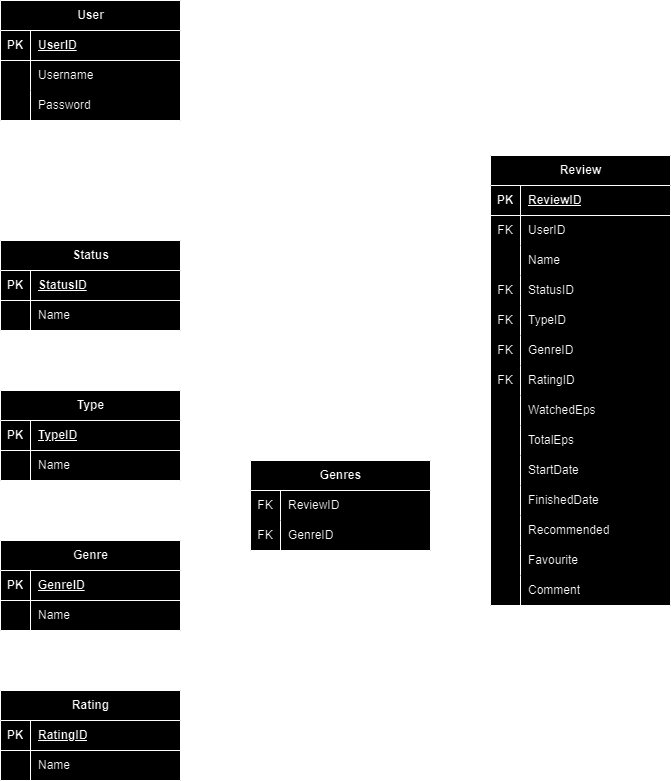
The draw.io diagram Resources/ERD Diagram/ERD.png in WillemGibson/T2A2_API_Webserver, before a commit. Source tidied: cells renumbered, new cells last; positions are measured from the earlier drawing's top-left corner, leaving out a move shared by most shapes.
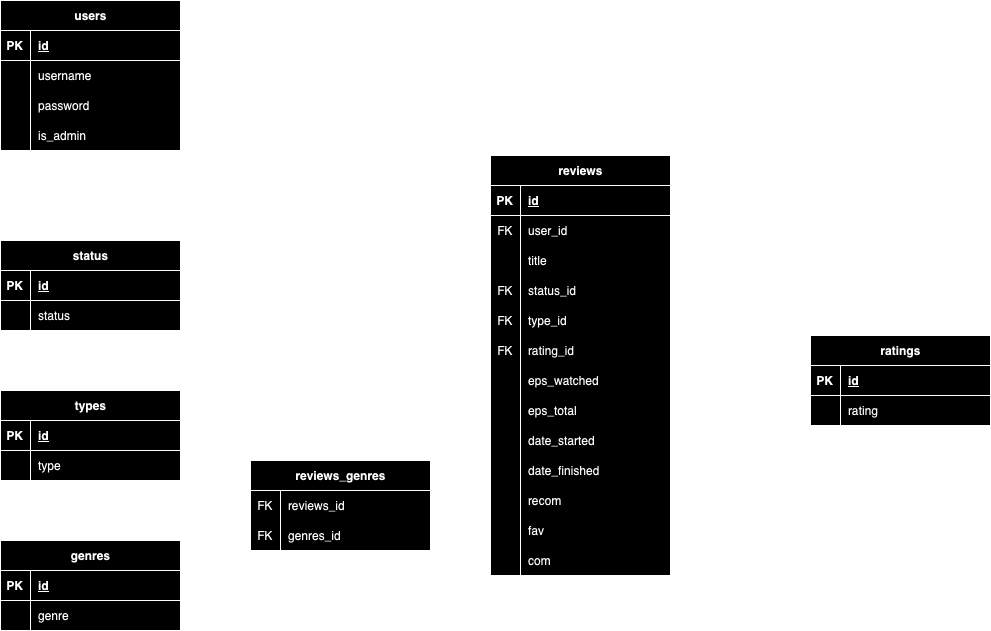
The same diagram one commit later.

The edit, as a diff of the source:
```diff
@@ -4,4 +4,4 @@
     <mxCell id="1" parent="0" />
-    <mxCell id="2" value="Review" style="shape=table;startSize=30;rowLines=0;fontStyle=1;align=center;html=1;swimlaneFillColor=default;gradientColor=none;" parent="1" vertex="1">
-      <mxGeometry x="490" y="155" width="180" height="450" as="geometry" />
+    <mxCell id="2" value="reviews" style="shape=table;startSize=30;rowLines=0;fontStyle=1;align=center;html=1;swimlaneFillColor=default;gradientColor=none;" parent="1" vertex="1">
+      <mxGeometry x="490" y="155" width="180" height="420" as="geometry" />
     </mxCell>
@@ -13,3 +13,3 @@
     </mxCell>
-    <mxCell id="5" value="ReviewID" style="shape=partialRectangle;fillColor=none;top=0;left=0;bottom=0;right=0;align=left;spacingLeft=6;fontStyle=5;overflow=hidden;whiteSpace=wrap;html=1;" parent="3" vertex="1">
+    <mxCell id="5" value="id" style="shape=partialRectangle;fillColor=none;top=0;left=0;bottom=0;right=0;align=left;spacingLeft=6;fontStyle=5;overflow=hidden;whiteSpace=wrap;html=1;" parent="3" vertex="1">
       <mxGeometry x="30" width="150" height="30" as="geometry" />
@@ -22,3 +22,3 @@
     </mxCell>
-    <mxCell id="8" value="UserID" style="shape=partialRectangle;fillColor=none;top=0;left=0;bottom=0;right=0;align=left;spacingLeft=6;overflow=hidden;whiteSpace=wrap;html=1;" parent="6" vertex="1">
+    <mxCell id="8" value="user_id" style="shape=partialRectangle;fillColor=none;top=0;left=0;bottom=0;right=0;align=left;spacingLeft=6;overflow=hidden;whiteSpace=wrap;html=1;" parent="6" vertex="1">
       <mxGeometry x="30" width="150" height="30" as="geometry" />
@@ -31,3 +31,3 @@
     </mxCell>
-    <mxCell id="11" value="Name" style="shape=partialRectangle;fillColor=none;top=0;left=0;bottom=0;right=0;align=left;spacingLeft=6;overflow=hidden;whiteSpace=wrap;html=1;" parent="9" vertex="1">
+    <mxCell id="11" value="title" style="shape=partialRectangle;fillColor=none;top=0;left=0;bottom=0;right=0;align=left;spacingLeft=6;overflow=hidden;whiteSpace=wrap;html=1;" parent="9" vertex="1">
       <mxGeometry x="30" width="150" height="30" as="geometry" />
@@ -40,3 +40,3 @@
     </mxCell>
-    <mxCell id="14" value="StatusID" style="shape=partialRectangle;fillColor=none;top=0;left=0;bottom=0;right=0;align=left;spacingLeft=6;overflow=hidden;whiteSpace=wrap;html=1;" parent="12" vertex="1">
+    <mxCell id="14" value="status_id" style="shape=partialRectangle;fillColor=none;top=0;left=0;bottom=0;right=0;align=left;spacingLeft=6;overflow=hidden;whiteSpace=wrap;html=1;" parent="12" vertex="1">
       <mxGeometry x="30" width="150" height="30" as="geometry" />
@@ -49,16 +49,7 @@
     </mxCell>
-    <mxCell id="17" value="TypeID" style="shape=partialRectangle;fillColor=none;top=0;left=0;bottom=0;right=0;align=left;spacingLeft=6;overflow=hidden;whiteSpace=wrap;html=1;" parent="15" vertex="1">
+    <mxCell id="17" value="type_id" style="shape=partialRectangle;fillColor=none;top=0;left=0;bottom=0;right=0;align=left;spacingLeft=6;overflow=hidden;whiteSpace=wrap;html=1;" parent="15" vertex="1">
       <mxGeometry x="30" width="150" height="30" as="geometry" />
     </mxCell>
-    <mxCell id="18" style="shape=tableRow;horizontal=0;startSize=0;swimlaneHead=0;swimlaneBody=0;fillColor=none;points=[[0,0.5],[1,0.5]];portConstraint=eastwest;top=0;left=0;right=0;bottom=0;" parent="2" vertex="1">
-      <mxGeometry y="180" width="180" height="30" as="geometry" />
-    </mxCell>
-    <mxCell id="19" value="FK" style="shape=partialRectangle;fillColor=none;top=0;left=0;bottom=0;right=0;overflow=hidden;whiteSpace=wrap;html=1;" parent="18" vertex="1">
-      <mxGeometry width="30" height="30" as="geometry" />
-    </mxCell>
-    <mxCell id="20" value="GenreID" style="shape=partialRectangle;fillColor=none;top=0;left=0;bottom=0;right=0;align=left;spacingLeft=6;overflow=hidden;whiteSpace=wrap;html=1;" parent="18" vertex="1">
-      <mxGeometry x="30" width="150" height="30" as="geometry" />
-    </mxCell>
     <mxCell id="21" style="shape=tableRow;horizontal=0;startSize=0;swimlaneHead=0;swimlaneBody=0;fillColor=none;points=[[0,0.5],[1,0.5]];portConstraint=eastwest;top=0;left=0;right=0;bottom=0;" parent="2" vertex="1">
-      <mxGeometry y="210" width="180" height="30" as="geometry" />
+      <mxGeometry y="180" width="180" height="30" as="geometry" />
     </mxCell>
@@ -67,3 +58,3 @@
     </mxCell>
-    <mxCell id="23" value="RatingID" style="shape=partialRectangle;fillColor=none;top=0;left=0;bottom=0;right=0;align=left;spacingLeft=6;overflow=hidden;whiteSpace=wrap;html=1;" parent="21" vertex="1">
+    <mxCell id="23" value="rating_id" style="shape=partialRectangle;fillColor=none;top=0;left=0;bottom=0;right=0;align=left;spacingLeft=6;overflow=hidden;whiteSpace=wrap;html=1;" parent="21" vertex="1">
       <mxGeometry x="30" width="150" height="30" as="geometry" />
@@ -71,3 +62,3 @@
     <mxCell id="24" style="shape=tableRow;horizontal=0;startSize=0;swimlaneHead=0;swimlaneBody=0;fillColor=none;top=0;left=0;right=0;bottom=0;" parent="2" vertex="1">
-      <mxGeometry y="240" width="180" height="30" as="geometry" />
+      <mxGeometry y="210" width="180" height="30" as="geometry" />
     </mxCell>
@@ -76,3 +67,3 @@
     </mxCell>
-    <mxCell id="26" value="WatchedEps" style="shape=partialRectangle;fillColor=none;top=0;left=0;bottom=0;right=0;align=left;spacingLeft=6;overflow=hidden;whiteSpace=wrap;html=1;" parent="24" vertex="1">
+    <mxCell id="26" value="eps_watched" style="shape=partialRectangle;fillColor=none;top=0;left=0;bottom=0;right=0;align=left;spacingLeft=6;overflow=hidden;whiteSpace=wrap;html=1;" parent="24" vertex="1">
       <mxGeometry x="30" width="150" height="30" as="geometry" />
@@ -80,3 +71,3 @@
     <mxCell id="27" style="shape=tableRow;horizontal=0;startSize=0;swimlaneHead=0;swimlaneBody=0;fillColor=none;top=0;left=0;right=0;bottom=0;" parent="2" vertex="1">
-      <mxGeometry y="270" width="180" height="30" as="geometry" />
+      <mxGeometry y="240" width="180" height="30" as="geometry" />
     </mxCell>
@@ -85,3 +76,3 @@
     </mxCell>
-    <mxCell id="29" value="TotalEps" style="shape=partialRectangle;fillColor=none;top=0;left=0;bottom=0;right=0;align=left;spacingLeft=6;overflow=hidden;whiteSpace=wrap;html=1;" parent="27" vertex="1">
+    <mxCell id="29" value="eps_total" style="shape=partialRectangle;fillColor=none;top=0;left=0;bottom=0;right=0;align=left;spacingLeft=6;overflow=hidden;whiteSpace=wrap;html=1;" parent="27" vertex="1">
       <mxGeometry x="30" width="150" height="30" as="geometry" />
@@ -89,3 +80,3 @@
     <mxCell id="30" style="shape=tableRow;horizontal=0;startSize=0;swimlaneHead=0;swimlaneBody=0;fillColor=none;top=0;left=0;right=0;bottom=0;" parent="2" vertex="1">
-      <mxGeometry y="300" width="180" height="30" as="geometry" />
+      <mxGeometry y="270" width="180" height="30" as="geometry" />
     </mxCell>
@@ -94,3 +85,3 @@
     </mxCell>
-    <mxCell id="32" value="StartDate" style="shape=partialRectangle;fillColor=none;top=0;left=0;bottom=0;right=0;align=left;spacingLeft=6;overflow=hidden;whiteSpace=wrap;html=1;" parent="30" vertex="1">
+    <mxCell id="32" value="date_started" style="shape=partialRectangle;fillColor=none;top=0;left=0;bottom=0;right=0;align=left;spacingLeft=6;overflow=hidden;whiteSpace=wrap;html=1;" parent="30" vertex="1">
       <mxGeometry x="30" width="150" height="30" as="geometry" />
@@ -98,3 +89,3 @@
     <mxCell id="33" style="shape=tableRow;horizontal=0;startSize=0;swimlaneHead=0;swimlaneBody=0;fillColor=none;top=0;left=0;right=0;bottom=0;" parent="2" vertex="1">
-      <mxGeometry y="330" width="180" height="30" as="geometry" />
+      <mxGeometry y="300" width="180" height="30" as="geometry" />
     </mxCell>
@@ -103,3 +94,3 @@
     </mxCell>
-    <mxCell id="35" value="FinishedDate" style="shape=partialRectangle;fillColor=none;top=0;left=0;bottom=0;right=0;align=left;spacingLeft=6;overflow=hidden;whiteSpace=wrap;html=1;" parent="33" vertex="1">
+    <mxCell id="35" value="date_finished" style="shape=partialRectangle;fillColor=none;top=0;left=0;bottom=0;right=0;align=left;spacingLeft=6;overflow=hidden;whiteSpace=wrap;html=1;" parent="33" vertex="1">
       <mxGeometry x="30" width="150" height="30" as="geometry" />
@@ -107,3 +98,3 @@
     <mxCell id="36" style="shape=tableRow;horizontal=0;startSize=0;swimlaneHead=0;swimlaneBody=0;fillColor=none;top=0;left=0;right=0;bottom=0;" parent="2" vertex="1">
-      <mxGeometry y="360" width="180" height="30" as="geometry" />
+      <mxGeometry y="330" width="180" height="30" as="geometry" />
     </mxCell>
@@ -112,3 +103,3 @@
     </mxCell>
-    <mxCell id="38" value="Recommended" style="shape=partialRectangle;fillColor=none;top=0;left=0;bottom=0;right=0;align=left;spacingLeft=6;overflow=hidden;whiteSpace=wrap;html=1;" parent="36" vertex="1">
+    <mxCell id="38" value="recom" style="shape=partialRectangle;fillColor=none;top=0;left=0;bottom=0;right=0;align=left;spacingLeft=6;overflow=hidden;whiteSpace=wrap;html=1;" parent="36" vertex="1">
       <mxGeometry x="30" width="150" height="30" as="geometry" />
@@ -116,3 +107,3 @@
     <mxCell id="39" style="shape=tableRow;horizontal=0;startSize=0;swimlaneHead=0;swimlaneBody=0;fillColor=none;top=0;left=0;right=0;bottom=0;" parent="2" vertex="1">
-      <mxGeometry y="390" width="180" height="30" as="geometry" />
+      <mxGeometry y="360" width="180" height="30" as="geometry" />
     </mxCell>
@@ -121,3 +112,3 @@
     </mxCell>
-    <mxCell id="41" value="Favourite" style="shape=partialRectangle;fillColor=none;top=0;left=0;bottom=0;right=0;align=left;spacingLeft=6;overflow=hidden;whiteSpace=wrap;html=1;" parent="39" vertex="1">
+    <mxCell id="41" value="fav" style="shape=partialRectangle;fillColor=none;top=0;left=0;bottom=0;right=0;align=left;spacingLeft=6;overflow=hidden;whiteSpace=wrap;html=1;" parent="39" vertex="1">
       <mxGeometry x="30" width="150" height="30" as="geometry" />
@@ -125,3 +116,3 @@
     <mxCell id="42" style="shape=tableRow;horizontal=0;startSize=0;swimlaneHead=0;swimlaneBody=0;fillColor=none;top=0;left=0;right=0;bottom=0;" parent="2" vertex="1">
-      <mxGeometry y="420" width="180" height="30" as="geometry" />
+      <mxGeometry y="390" width="180" height="30" as="geometry" />
     </mxCell>
@@ -130,7 +121,7 @@
     </mxCell>
-    <mxCell id="44" value="Comment" style="shape=partialRectangle;fillColor=none;top=0;left=0;bottom=0;right=0;align=left;spacingLeft=6;overflow=hidden;whiteSpace=wrap;html=1;" parent="42" vertex="1">
+    <mxCell id="44" value="com" style="shape=partialRectangle;fillColor=none;top=0;left=0;bottom=0;right=0;align=left;spacingLeft=6;overflow=hidden;whiteSpace=wrap;html=1;" parent="42" vertex="1">
       <mxGeometry x="30" width="150" height="30" as="geometry" />
     </mxCell>
-    <mxCell id="45" value="User" style="shape=table;startSize=30;rowLines=0;fontStyle=1;align=center;html=1;swimlaneFillColor=default;" parent="1" vertex="1">
-      <mxGeometry width="180" height="120" as="geometry" />
+    <mxCell id="45" value="users" style="shape=table;startSize=30;rowLines=0;fontStyle=1;align=center;html=1;swimlaneFillColor=default;" parent="1" vertex="1">
+      <mxGeometry width="180" height="150" as="geometry" />
     </mxCell>
@@ -142,3 +133,3 @@
     </mxCell>
-    <mxCell id="48" value="UserID" style="shape=partialRectangle;fillColor=none;top=0;left=0;bottom=0;right=0;align=left;spacingLeft=6;fontStyle=5;overflow=hidden;whiteSpace=wrap;html=1;" parent="46" vertex="1">
+    <mxCell id="48" value="id" style="shape=partialRectangle;fillColor=none;top=0;left=0;bottom=0;right=0;align=left;spacingLeft=6;fontStyle=5;overflow=hidden;whiteSpace=wrap;html=1;" parent="46" vertex="1">
       <mxGeometry x="30" width="150" height="30" as="geometry" />
@@ -151,3 +142,3 @@
     </mxCell>
-    <mxCell id="51" value="Username" style="shape=partialRectangle;fillColor=none;top=0;left=0;bottom=0;right=0;align=left;spacingLeft=6;overflow=hidden;whiteSpace=wrap;html=1;" parent="49" vertex="1">
+    <mxCell id="51" value="username" style="shape=partialRectangle;fillColor=none;top=0;left=0;bottom=0;right=0;align=left;spacingLeft=6;overflow=hidden;whiteSpace=wrap;html=1;" parent="49" vertex="1">
       <mxGeometry x="30" width="150" height="30" as="geometry" />
@@ -160,5 +151,14 @@
     </mxCell>
-    <mxCell id="54" value="Password" style="shape=partialRectangle;fillColor=none;top=0;left=0;bottom=0;right=0;align=left;spacingLeft=6;overflow=hidden;whiteSpace=wrap;html=1;" parent="52" vertex="1">
+    <mxCell id="54" value="password" style="shape=partialRectangle;fillColor=none;top=0;left=0;bottom=0;right=0;align=left;spacingLeft=6;overflow=hidden;whiteSpace=wrap;html=1;" parent="52" vertex="1">
       <mxGeometry x="30" width="150" height="30" as="geometry" />
     </mxCell>
+    <mxCell id="96" style="shape=tableRow;horizontal=0;startSize=0;swimlaneHead=0;swimlaneBody=0;fillColor=none;top=0;left=0;right=0;bottom=0;" parent="45" vertex="1">
+      <mxGeometry y="120" width="180" height="30" as="geometry" />
+    </mxCell>
+    <mxCell id="97" style="shape=partialRectangle;fillColor=none;top=0;left=0;bottom=0;right=0;overflow=hidden;whiteSpace=wrap;html=1;" parent="96" vertex="1">
+      <mxGeometry width="30" height="30" as="geometry" />
+    </mxCell>
+    <mxCell id="98" value="is_admin" style="shape=partialRectangle;fillColor=none;top=0;left=0;bottom=0;right=0;align=left;spacingLeft=6;overflow=hidden;whiteSpace=wrap;html=1;" parent="96" vertex="1">
+      <mxGeometry x="30" width="150" height="30" as="geometry" />
+    </mxCell>
     <mxCell id="55" style="edgeStyle=entityRelationEdgeStyle;fontSize=12;html=1;endArrow=ERzeroToMany;startArrow=ERmandOne;rounded=0;endFill=0;entryX=0;entryY=0.5;entryDx=0;entryDy=0;exitX=1;exitY=0.5;exitDx=0;exitDy=0;" parent="1" edge="1" source="46" target="6">
@@ -166,3 +166,3 @@
     </mxCell>
-    <mxCell id="56" value="Status" style="shape=table;startSize=30;rowLines=0;fontStyle=1;align=center;html=1;swimlaneFillColor=default;gradientColor=none;" parent="1" vertex="1">
+    <mxCell id="56" value="status" style="shape=table;startSize=30;rowLines=0;fontStyle=1;align=center;html=1;swimlaneFillColor=default;gradientColor=none;" parent="1" vertex="1">
       <mxGeometry y="240" width="180" height="90" as="geometry" />
@@ -175,3 +175,3 @@
     </mxCell>
-    <mxCell id="59" value="StatusID" style="shape=partialRectangle;fillColor=none;top=0;left=0;bottom=0;right=0;align=left;spacingLeft=6;fontStyle=5;overflow=hidden;whiteSpace=wrap;html=1;" parent="57" vertex="1">
+    <mxCell id="59" value="id" style="shape=partialRectangle;fillColor=none;top=0;left=0;bottom=0;right=0;align=left;spacingLeft=6;fontStyle=5;overflow=hidden;whiteSpace=wrap;html=1;" parent="57" vertex="1">
       <mxGeometry x="30" width="150" height="30" as="geometry" />
@@ -184,3 +184,3 @@
     </mxCell>
-    <mxCell id="62" value="Name" style="shape=partialRectangle;fillColor=none;top=0;left=0;bottom=0;right=0;align=left;spacingLeft=6;overflow=hidden;whiteSpace=wrap;html=1;" parent="60" vertex="1">
+    <mxCell id="62" value="status" style="shape=partialRectangle;fillColor=none;top=0;left=0;bottom=0;right=0;align=left;spacingLeft=6;overflow=hidden;whiteSpace=wrap;html=1;" parent="60" vertex="1">
       <mxGeometry x="30" width="150" height="30" as="geometry" />
@@ -190,3 +190,3 @@
     </mxCell>
-    <mxCell id="64" value="Type" style="shape=table;startSize=30;rowLines=0;fontStyle=1;align=center;html=1;swimlaneFillColor=default;gradientColor=none;" parent="1" vertex="1">
+    <mxCell id="64" value="types" style="shape=table;startSize=30;rowLines=0;fontStyle=1;align=center;html=1;swimlaneFillColor=default;gradientColor=none;" parent="1" vertex="1">
       <mxGeometry y="390" width="180" height="90" as="geometry" />
@@ -199,3 +199,3 @@
     </mxCell>
-    <mxCell id="67" value="TypeID" style="shape=partialRectangle;fillColor=none;top=0;left=0;bottom=0;right=0;align=left;spacingLeft=6;fontStyle=5;overflow=hidden;whiteSpace=wrap;html=1;" parent="65" vertex="1">
+    <mxCell id="67" value="id" style="shape=partialRectangle;fillColor=none;top=0;left=0;bottom=0;right=0;align=left;spacingLeft=6;fontStyle=5;overflow=hidden;whiteSpace=wrap;html=1;" parent="65" vertex="1">
       <mxGeometry x="30" width="150" height="30" as="geometry" />
@@ -208,3 +208,3 @@
     </mxCell>
-    <mxCell id="70" value="Name" style="shape=partialRectangle;fillColor=none;top=0;left=0;bottom=0;right=0;align=left;spacingLeft=6;overflow=hidden;whiteSpace=wrap;html=1;" parent="68" vertex="1">
+    <mxCell id="70" value="type" style="shape=partialRectangle;fillColor=none;top=0;left=0;bottom=0;right=0;align=left;spacingLeft=6;overflow=hidden;whiteSpace=wrap;html=1;" parent="68" vertex="1">
       <mxGeometry x="30" width="150" height="30" as="geometry" />
@@ -214,3 +214,3 @@
     </mxCell>
-    <mxCell id="72" value="Genre" style="shape=table;startSize=30;rowLines=0;fontStyle=1;align=center;html=1;swimlaneFillColor=default;gradientColor=none;" parent="1" vertex="1">
+    <mxCell id="72" value="genres" style="shape=table;startSize=30;rowLines=0;fontStyle=1;align=center;html=1;swimlaneFillColor=default;gradientColor=none;" parent="1" vertex="1">
       <mxGeometry y="540" width="180" height="90" as="geometry" />
@@ -223,3 +223,3 @@
     </mxCell>
-    <mxCell id="75" value="GenreID" style="shape=partialRectangle;fillColor=none;top=0;left=0;bottom=0;right=0;align=left;spacingLeft=6;fontStyle=5;overflow=hidden;whiteSpace=wrap;html=1;" parent="73" vertex="1">
+    <mxCell id="75" value="id" style="shape=partialRectangle;fillColor=none;top=0;left=0;bottom=0;right=0;align=left;spacingLeft=6;fontStyle=5;overflow=hidden;whiteSpace=wrap;html=1;" parent="73" vertex="1">
       <mxGeometry x="30" width="150" height="30" as="geometry" />
@@ -232,7 +232,7 @@
     </mxCell>
-    <mxCell id="78" value="Name" style="shape=partialRectangle;fillColor=none;top=0;left=0;bottom=0;right=0;align=left;spacingLeft=6;overflow=hidden;whiteSpace=wrap;html=1;" parent="76" vertex="1">
+    <mxCell id="78" value="genre" style="shape=partialRectangle;fillColor=none;top=0;left=0;bottom=0;right=0;align=left;spacingLeft=6;overflow=hidden;whiteSpace=wrap;html=1;" parent="76" vertex="1">
       <mxGeometry x="30" width="150" height="30" as="geometry" />
     </mxCell>
-    <mxCell id="79" value="Rating" style="shape=table;startSize=30;rowLines=0;fontStyle=1;align=center;html=1;swimlaneFillColor=default;gradientColor=none;" parent="1" vertex="1">
-      <mxGeometry y="690" width="180" height="90" as="geometry" />
+    <mxCell id="79" value="ratings" style="shape=table;startSize=30;rowLines=0;fontStyle=1;align=center;html=1;swimlaneFillColor=default;gradientColor=none;" parent="1" vertex="1">
+      <mxGeometry x="810" y="335" width="180" height="90" as="geometry" />
     </mxCell>
@@ -244,3 +244,3 @@
     </mxCell>
-    <mxCell id="82" value="RatingID" style="shape=partialRectangle;fillColor=none;top=0;left=0;bottom=0;right=0;align=left;spacingLeft=6;fontStyle=5;overflow=hidden;whiteSpace=wrap;html=1;" parent="80" vertex="1">
+    <mxCell id="82" value="id" style="shape=partialRectangle;fillColor=none;top=0;left=0;bottom=0;right=0;align=left;spacingLeft=6;fontStyle=5;overflow=hidden;whiteSpace=wrap;html=1;" parent="80" vertex="1">
       <mxGeometry x="30" width="150" height="30" as="geometry" />
@@ -253,6 +253,6 @@
     </mxCell>
-    <mxCell id="85" value="Name" style="shape=partialRectangle;fillColor=none;top=0;left=0;bottom=0;right=0;align=left;spacingLeft=6;overflow=hidden;whiteSpace=wrap;html=1;" parent="83" vertex="1">
+    <mxCell id="85" value="rating" style="shape=partialRectangle;fillColor=none;top=0;left=0;bottom=0;right=0;align=left;spacingLeft=6;overflow=hidden;whiteSpace=wrap;html=1;" parent="83" vertex="1">
       <mxGeometry x="30" width="150" height="30" as="geometry" />
     </mxCell>
-    <mxCell id="86" style="edgeStyle=entityRelationEdgeStyle;fontSize=12;html=1;endArrow=ERzeroToMany;startArrow=ERmandOne;rounded=0;endFill=0;entryX=1;entryY=0.5;entryDx=0;entryDy=0;exitX=0;exitY=0.5;exitDx=0;exitDy=0;" parent="1" edge="1" source="21" target="80">
+    <mxCell id="86" style="edgeStyle=entityRelationEdgeStyle;fontSize=12;html=1;endArrow=ERzeroToMany;startArrow=ERmandOne;rounded=0;endFill=0;entryX=0;entryY=0.5;entryDx=0;entryDy=0;exitX=1;exitY=0.5;exitDx=0;exitDy=0;" parent="1" edge="1" source="21" target="80">
       <mxGeometry relative="1" as="geometry">
@@ -260,2 +260,3 @@
           <mxPoint x="330" y="270" />
+          <mxPoint x="420" y="680" />
         </Array>
@@ -263,3 +264,3 @@
     </mxCell>
-    <mxCell id="87" value="Genres" style="shape=table;startSize=30;rowLines=0;fontStyle=1;align=center;html=1;swimlaneFillColor=default;" parent="1" vertex="1">
+    <mxCell id="87" value="reviews_genres" style="shape=table;startSize=30;rowLines=0;fontStyle=1;align=center;html=1;swimlaneFillColor=default;" parent="1" vertex="1">
       <mxGeometry x="250" y="460" width="180" height="90" as="geometry" />
@@ -272,3 +273,3 @@
     </mxCell>
-    <mxCell id="90" value="ReviewID" style="shape=partialRectangle;fillColor=none;top=0;left=0;bottom=0;right=0;align=left;spacingLeft=6;overflow=hidden;whiteSpace=wrap;html=1;" parent="88" vertex="1">
+    <mxCell id="90" value="reviews_id" style="shape=partialRectangle;fillColor=none;top=0;left=0;bottom=0;right=0;align=left;spacingLeft=6;overflow=hidden;whiteSpace=wrap;html=1;" parent="88" vertex="1">
       <mxGeometry x="30" width="150" height="30" as="geometry" />
@@ -281,3 +282,3 @@
     </mxCell>
-    <mxCell id="93" value="GenreID" style="shape=partialRectangle;fillColor=none;top=0;left=0;bottom=0;right=0;align=left;spacingLeft=6;overflow=hidden;whiteSpace=wrap;html=1;" parent="91" vertex="1">
+    <mxCell id="93" value="genres_id" style="shape=partialRectangle;fillColor=none;top=0;left=0;bottom=0;right=0;align=left;spacingLeft=6;overflow=hidden;whiteSpace=wrap;html=1;" parent="91" vertex="1">
       <mxGeometry x="30" width="150" height="30" as="geometry" />
@@ -287,5 +288,10 @@
     </mxCell>
-    <mxCell id="95" style="edgeStyle=entityRelationEdgeStyle;fontSize=12;html=1;endArrow=ERzeroToMany;startArrow=ERmandOne;rounded=0;endFill=0;entryX=1;entryY=0.5;entryDx=0;entryDy=0;exitX=0;exitY=0.5;exitDx=0;exitDy=0;" parent="1" edge="1" source="18" target="88">
+    <mxCell id="95" style="edgeStyle=entityRelationEdgeStyle;fontSize=12;html=1;endArrow=ERzeroToMany;startArrow=ERmandOne;rounded=0;endFill=0;entryX=1;entryY=0.5;entryDx=0;entryDy=0;exitX=0;exitY=0.5;exitDx=0;exitDy=0;" parent="1" edge="1" source="3" target="88">
       <mxGeometry relative="1" as="geometry" />
     </mxCell>
+    <mxCell id="99" style="edgeStyle=orthogonalEdgeStyle;rounded=0;jettySize=auto;html=1;exitX=1;exitY=0.5;exitDx=0;exitDy=0;" parent="1" edge="1" source="88">
+      <mxGeometry relative="1" as="geometry">
+        <mxPoint x="430.3" y="505.1" as="targetPoint" />
+      </mxGeometry>
+    </mxCell>
   </root>
```
